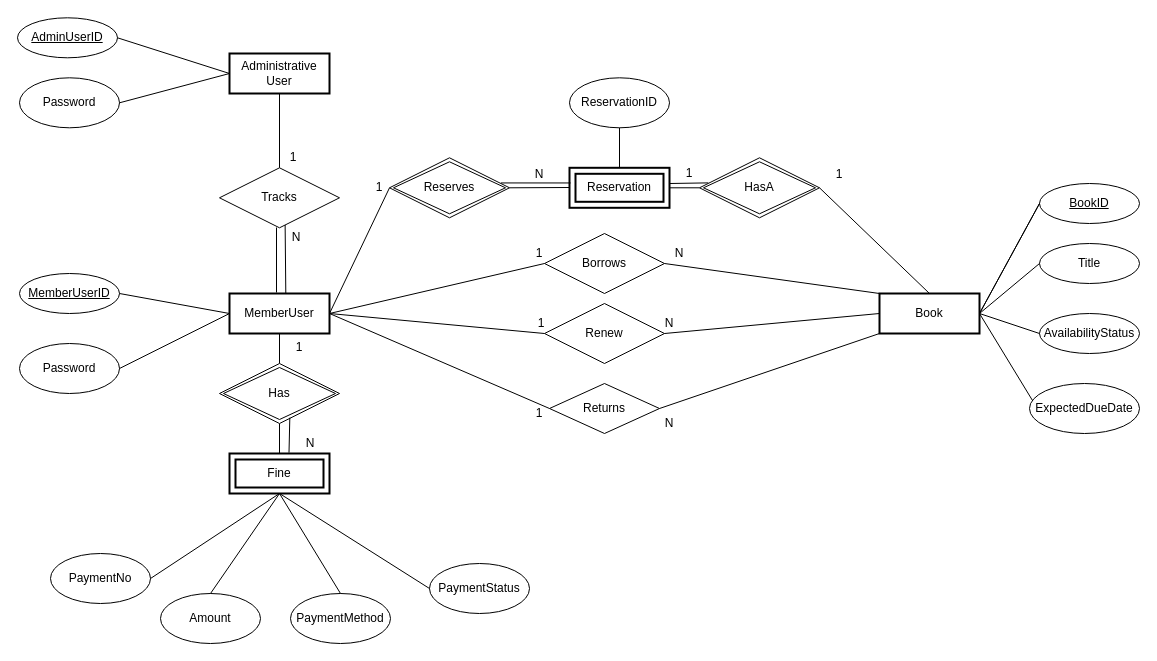
kevinmingtarja/bt2102-ILS keeps this draw.io diagram as page "page3 (edited)" (2 of 5) of Untitled Diagram.drawio. Above is the earlier version. Source tidied: cells renumbered, new cells numbered last; positions are measured from the earlier drawing's top-left corner, leaving out a move shared by most shapes. Both pictures are drawn from the tidied source at 100%, with x=0, y=0 at pixel (17, 17).
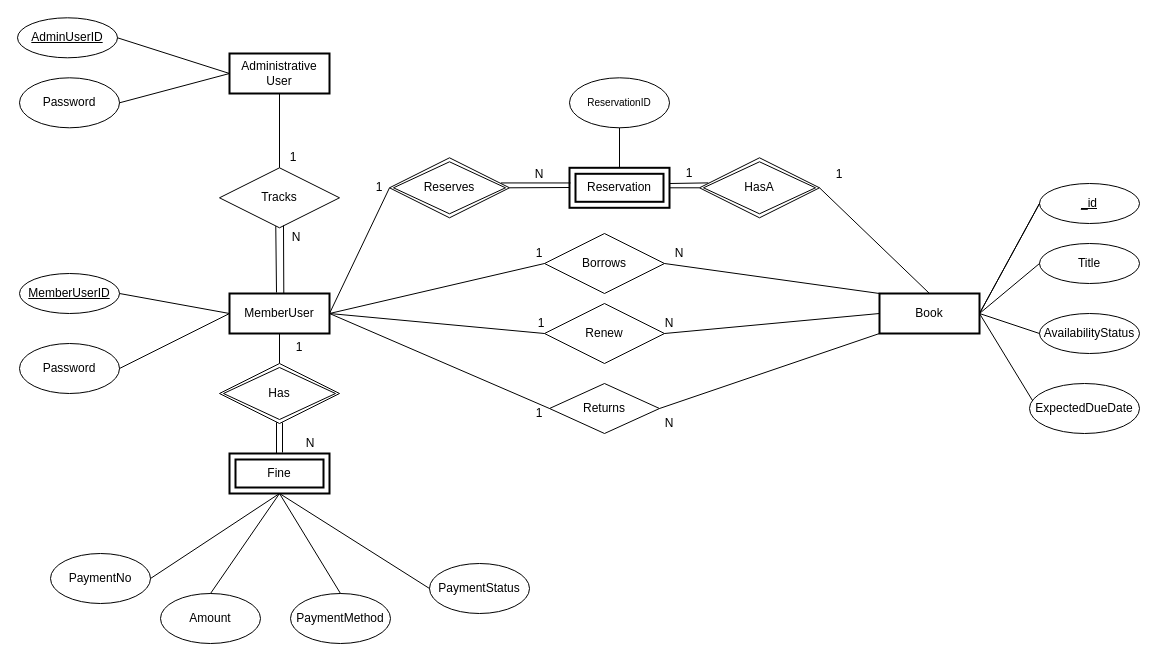
The same page after the edit.

Unchanged cells that the change refers to:
```xml
<mxCell id="2" value="MemberUser" style="whiteSpace=wrap;html=1;align=center;strokeWidth=2;" parent="1" vertex="1">
  <mxGeometry x="212" y="276" width="100" height="40" as="geometry" />
</mxCell>
<mxCell id="21" value="Fine" style="shape=ext;margin=3;double=1;whiteSpace=wrap;html=1;align=center;strokeWidth=2;" parent="1" vertex="1">
  <mxGeometry x="212" y="436" width="100" height="40" as="geometry" />
</mxCell>
<mxCell id="29" value="Tracks" style="shape=rhombus;perimeter=rhombusPerimeter;whiteSpace=wrap;html=1;align=center;" parent="1" vertex="1">
  <mxGeometry x="202" y="150.3" width="120" height="60" as="geometry" />
</mxCell>
<mxCell id="44" value="Has" style="shape=rhombus;double=1;perimeter=rhombusPerimeter;whiteSpace=wrap;html=1;align=center;" parent="1" vertex="1">
  <mxGeometry x="202" y="346" width="120" height="60" as="geometry" />
</mxCell>
```

The edit, as a diff of the source:
```diff
@@
-    <mxCell id="10" value="BookID" style="ellipse;whiteSpace=wrap;html=1;align=center;fontStyle=4;" parent="1" vertex="1">
+    <mxCell id="10" value="_id" style="ellipse;whiteSpace=wrap;html=1;align=center;fontStyle=4;" parent="1" vertex="1">
       <mxGeometry x="1022" y="166" width="100" height="40" as="geometry" />
     </mxCell>
@@
-    <mxCell id="22" style="endArrow=none;html=1;exitX=0.5;exitY=0;exitDx=0;exitDy=0;entryX=0.5;entryY=1;entryDx=0;entryDy=0;" parent="1" edge="1" source="21" target="44">
-      <mxGeometry relative="1" as="geometry" />
+    <mxCell id="22" style="endArrow=none;html=1;entryX=0.467;entryY=0.978;entryDx=0;entryDy=0;entryPerimeter=0;" parent="1" edge="1">
+      <mxGeometry relative="1" as="geometry">
+        <mxPoint x="259" y="436" as="sourcePoint" />
+        <mxPoint x="259" y="404.7" as="targetPoint" />
+      </mxGeometry>
     </mxCell>
@@
-    <mxCell id="42" value="ReservationID" style="ellipse;whiteSpace=wrap;html=1;align=center;" parent="1" vertex="1">
+    <mxCell id="42" value="ReservationID" style="ellipse;whiteSpace=wrap;html=1;align=center;fontSize=10;" parent="1" vertex="1">
       <mxGeometry x="552" y="60.3" width="100" height="50" as="geometry" />
     </mxCell>
@@
-    <mxCell id="67" style="endArrow=none;html=1;rounded=0;" parent="1" edge="1">
+    <mxCell id="67" style="endArrow=none;html=1;rounded=0;exitX=0.469;exitY=0.972;exitDx=0;exitDy=0;exitPerimeter=0;" parent="1" edge="1" source="29">
       <mxGeometry relative="1" as="geometry">
-        <mxPoint x="259" y="210" as="sourcePoint" />
         <mxPoint x="259" y="275" as="targetPoint" />
       </mxGeometry>
     </mxCell>
-    <mxCell id="68" style="endArrow=none;html=1;rounded=0;exitX=0.547;exitY=0.954;exitDx=0;exitDy=0;exitPerimeter=0;entryX=0.563;entryY=-0.004;entryDx=0;entryDy=0;entryPerimeter=0;" parent="1" edge="1" source="29" target="2">
-      <mxGeometry relative="1" as="geometry" />
+    <mxCell id="68" style="endArrow=none;html=1;rounded=0;entryX=0.563;entryY=-0.004;entryDx=0;entryDy=0;entryPerimeter=0;" parent="1" edge="1">
+      <mxGeometry relative="1" as="geometry">
+        <mxPoint x="266" y="208" as="sourcePoint" />
+        <mxPoint x="266.3" y="275.8" as="targetPoint" />
+      </mxGeometry>
     </mxCell>
@@
-    <mxCell id="72" style="endArrow=none;html=1;exitX=0.595;exitY=-0.021;exitDx=0;exitDy=0;entryX=0.586;entryY=0.903;entryDx=0;entryDy=0;entryPerimeter=0;exitPerimeter=0;" parent="1" edge="1" source="21" target="44">
-      <mxGeometry relative="1" as="geometry" />
+    <mxCell id="72" style="endArrow=none;html=1;" parent="1" edge="1">
+      <mxGeometry relative="1" as="geometry">
+        <mxPoint x="265" y="435" as="sourcePoint" />
+        <mxPoint x="265" y="405" as="targetPoint" />
+      </mxGeometry>
     </mxCell>
```
